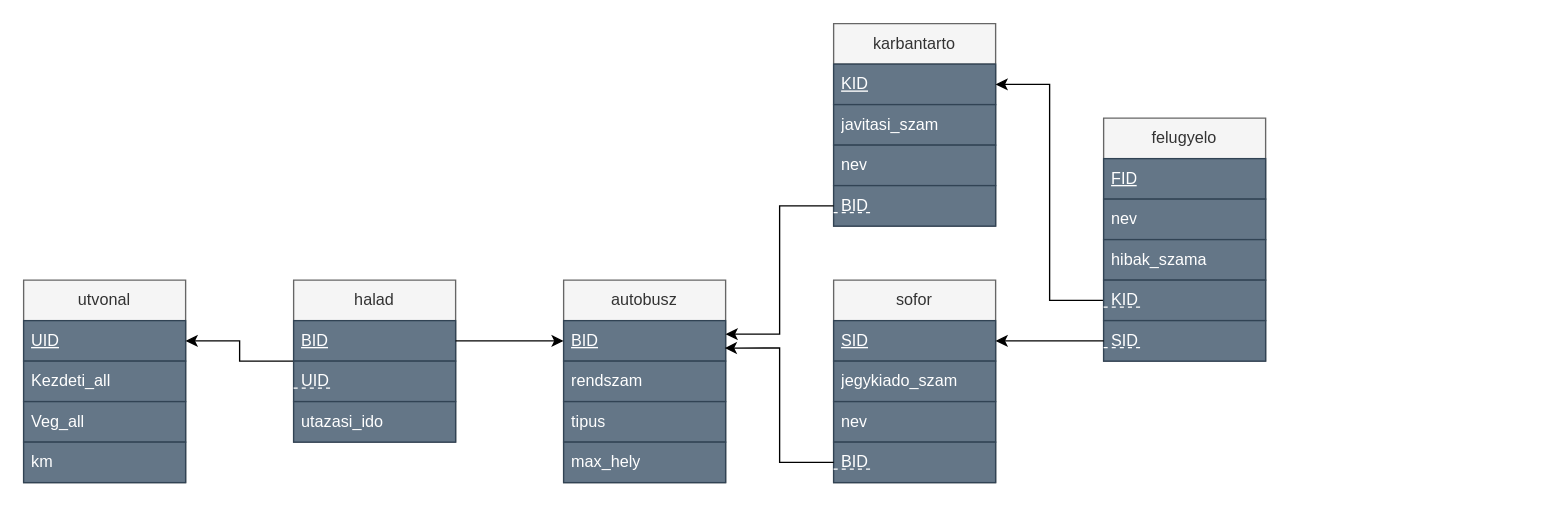
The draw.io diagram DBSemTaskHR6121/RMHR6121.drawio in HonDaniel/HR6121_DB1Gyak, before the edit. Source tidied: cells renumbered, new cells numbered last; positions are measured from the earlier drawing's top-left corner, leaving out a move shared by most shapes. Both pictures are drawn from the tidied source at 135%, with x=0, y=0 at pixel (23, 23).
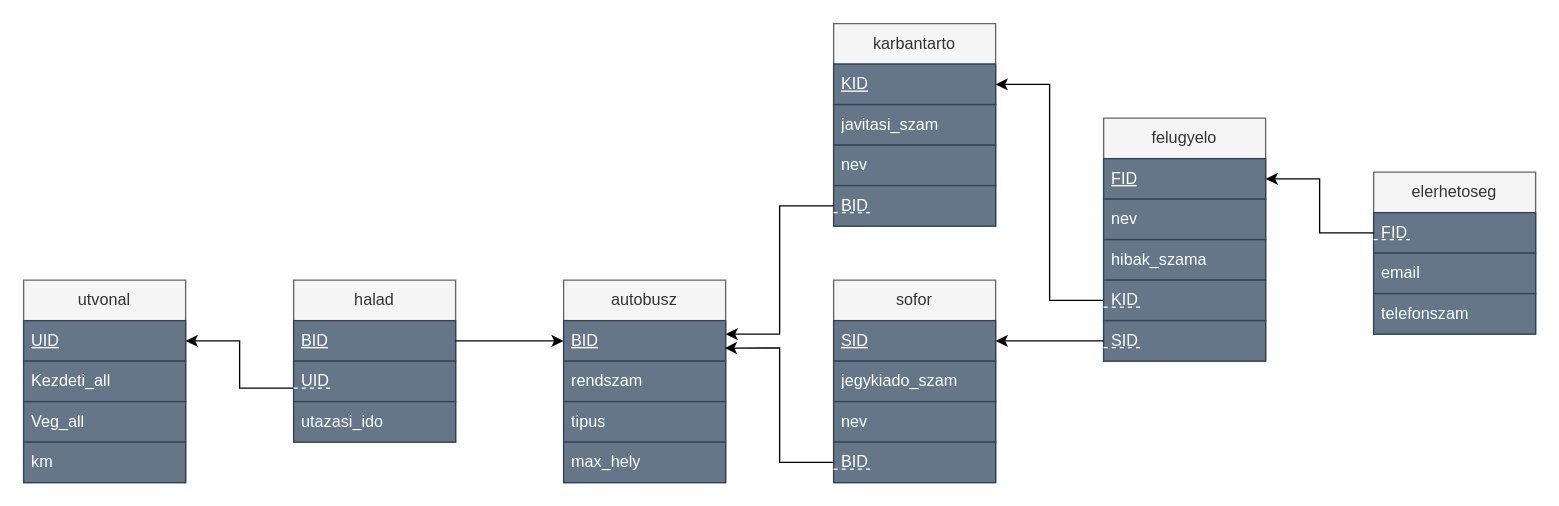
Above is the later version.

The change refers to these unchanged cells:
```xml
<mxCell id="3" value="&lt;u&gt;UID&lt;/u&gt;" style="text;strokeColor=#314354;fillColor=#647687;align=left;verticalAlign=middle;spacingLeft=4;spacingRight=4;overflow=hidden;points=[[0,0.5],[1,0.5]];portConstraint=eastwest;whiteSpace=wrap;html=1;fontColor=#ffffff;" parent="2" vertex="1">
  <mxGeometry y="30" width="120" height="30" as="geometry" />
</mxCell>
<mxCell id="8" value="halad" style="swimlane;fontStyle=0;horizontal=1;startSize=30;whiteSpace=wrap;html=1;fillColor=#f5f5f5;fontColor=#333333;strokeColor=#666666;" parent="1" vertex="1">
  <mxGeometry x="200" y="190" width="120" height="120" as="geometry" />
</mxCell>
<mxCell id="34" value="felugyelo" style="swimlane;fontStyle=0;horizontal=1;startSize=30;whiteSpace=wrap;html=1;fillColor=#f5f5f5;fontColor=#333333;strokeColor=#666666;" parent="1" vertex="1">
  <mxGeometry x="800" y="70" width="120" height="180" as="geometry" />
</mxCell>
```

Diff of the diagram source:
```diff
@@
     <mxCell id="7" style="edgeStyle=orthogonalEdgeStyle;rounded=0;jettySize=auto;html=1;exitX=0;exitY=0.5;exitDx=0;exitDy=0;entryX=1;entryY=0.5;entryDx=0;entryDy=0;" parent="1" edge="1" source="8" target="3">
-      <mxGeometry relative="1" as="geometry" />
+      <mxGeometry relative="1" as="geometry">
+        <Array as="points">
+          <mxPoint x="200" y="270" />
+          <mxPoint x="160" y="270" />
+          <mxPoint x="160" y="235" />
+        </Array>
+      </mxGeometry>
     </mxCell>
@@
+    <mxCell id="43" value="elerhetoseg" style="swimlane;fontStyle=0;horizontal=1;startSize=30;whiteSpace=wrap;html=1;fillColor=#f5f5f5;fontColor=#333333;strokeColor=#666666;" parent="1" vertex="1">
+      <mxGeometry x="1000" y="110" width="120" height="120" as="geometry" />
+    </mxCell>
+    <mxCell id="44" value="FID" style="text;strokeColor=#314354;fillColor=#647687;align=left;verticalAlign=middle;spacingLeft=4;spacingRight=4;overflow=hidden;points=[[0,0.5],[1,0.5]];portConstraint=eastwest;whiteSpace=wrap;html=1;fontColor=#ffffff;" parent="43" vertex="1">
+      <mxGeometry y="30" width="120" height="30" as="geometry" />
+    </mxCell>
+    <mxCell id="45" style="endArrow=none;dashed=1;html=1;rounded=0;strokeColor=#FFFFFF;" parent="43" edge="1">
+      <mxGeometry relative="1" as="geometry">
+        <mxPoint y="50" as="sourcePoint" />
+        <mxPoint x="30" y="50" as="targetPoint" />
+      </mxGeometry>
+    </mxCell>
+    <mxCell id="46" value="email" style="text;strokeColor=#314354;fillColor=#647687;align=left;verticalAlign=middle;spacingLeft=4;spacingRight=4;overflow=hidden;whiteSpace=wrap;html=1;fontColor=#ffffff;" parent="43" vertex="1">
+      <mxGeometry y="60" width="120" height="30" as="geometry" />
+    </mxCell>
+    <mxCell id="47" value="telefonszam" style="text;strokeColor=#314354;fillColor=#647687;align=left;verticalAlign=middle;spacingLeft=4;spacingRight=4;overflow=hidden;whiteSpace=wrap;html=1;fontColor=#ffffff;" parent="43" vertex="1">
+      <mxGeometry y="90" width="120" height="30" as="geometry" />
+    </mxCell>
+    <mxCell id="48" style="edgeStyle=orthogonalEdgeStyle;rounded=0;jettySize=auto;html=1;exitX=0;exitY=0.5;exitDx=0;exitDy=0;entryX=1;entryY=0.25;entryDx=0;entryDy=0;" parent="1" edge="1" source="44" target="34">
+      <mxGeometry relative="1" as="geometry" />
+    </mxCell>
```
